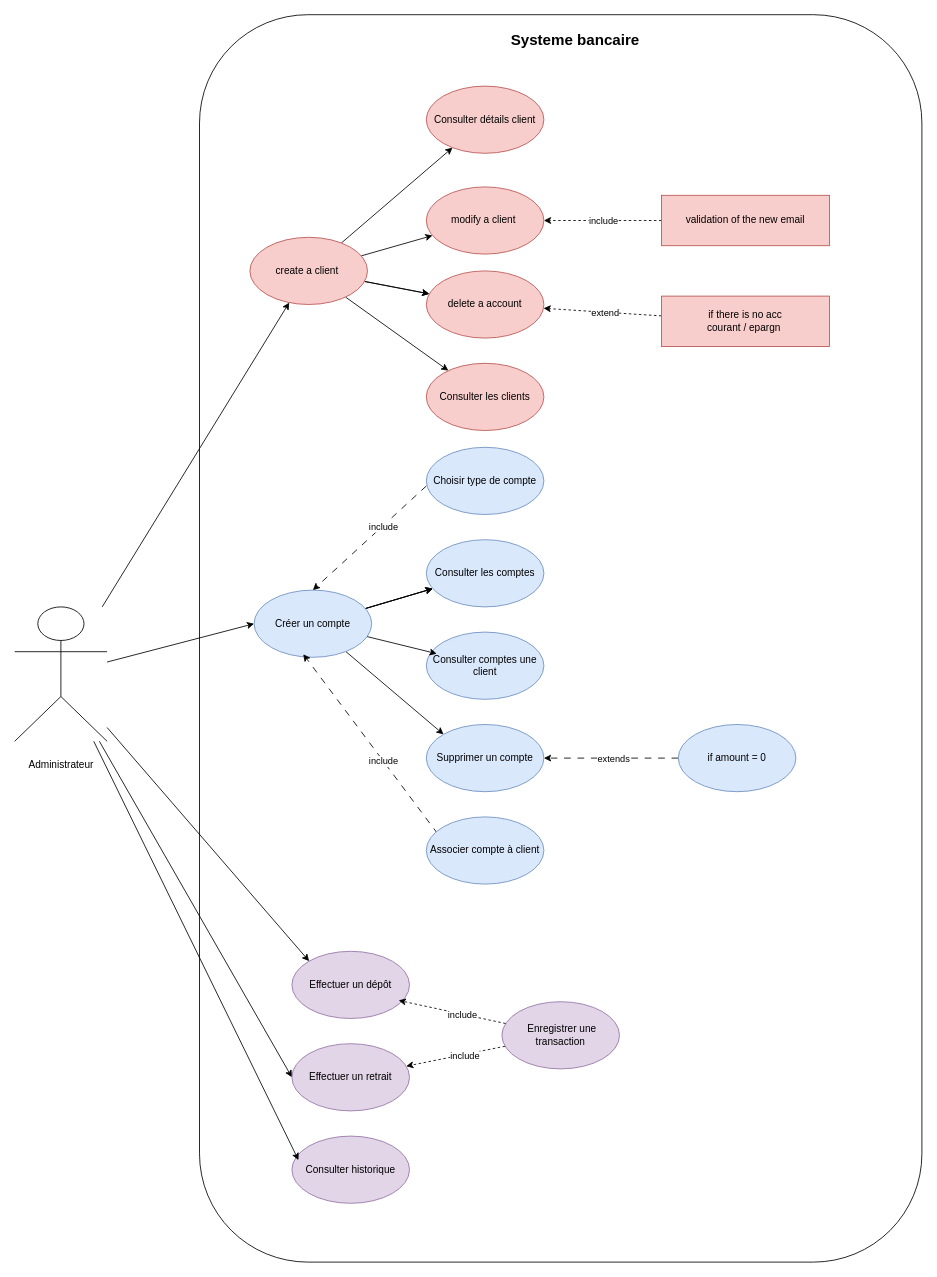
Before: diagramme/userCase.drawio in Mehdi-133/Application-Bancaire, a draw.io diagram. Source tidied: cells renumbered, new cells numbered last; positions are measured from the earlier drawing's top-left corner, leaving out a move shared by most shapes. Both pictures are drawn from the tidied source at 84%, with x=0, y=0 at pixel (14, 14).
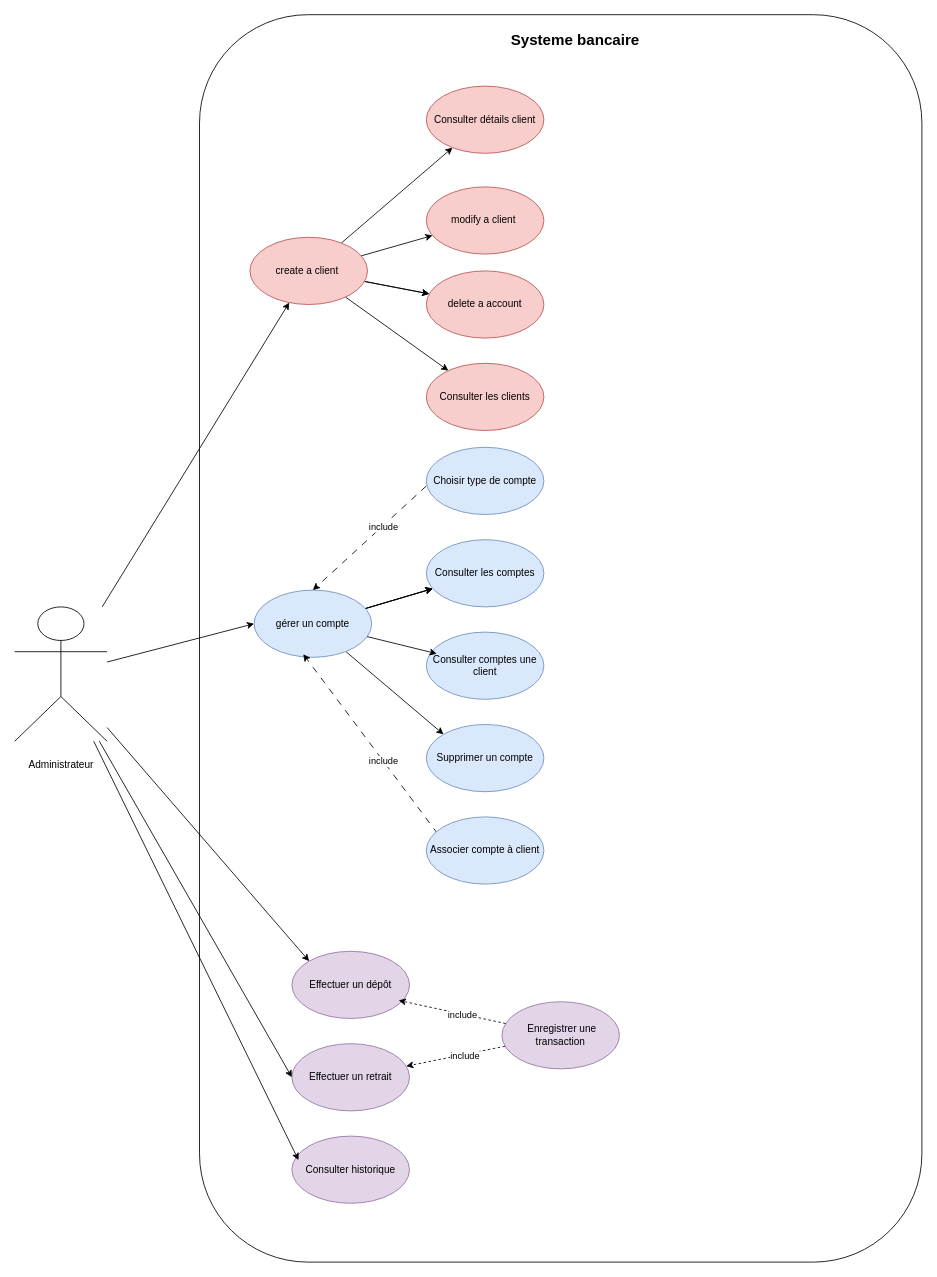
Above is the later version.

Commit message:
update : update diagramme  user cases

Unchanged cells that the change refers to:
```xml
<mxCell id="15" value="modify a client&amp;nbsp;" style="ellipse;whiteSpace=wrap;html=1;fillColor=#f8cecc;strokeColor=#b85450;" parent="1" vertex="1">
  <mxGeometry x="490" y="205" width="140" height="80" as="geometry" />
</mxCell>
<mxCell id="16" value="delete a account" style="ellipse;whiteSpace=wrap;html=1;fillColor=#f8cecc;strokeColor=#b85450;" parent="1" vertex="1">
  <mxGeometry x="490" y="305" width="140" height="80" as="geometry" />
</mxCell>
<mxCell id="39" value="Supprimer un compte" style="ellipse;whiteSpace=wrap;html=1;fillColor=#dae8fc;strokeColor=#6c8ebf;" parent="1" vertex="1">
  <mxGeometry x="490" y="845" width="140" height="80" as="geometry" />
</mxCell>
```

The edit, as a diff of the source:
```diff
@@
-    <mxCell id="17" style="edgeStyle=none;html=1;entryX=1;entryY=0.5;entryDx=0;entryDy=0;dashed=1;" parent="1" edge="1" source="19" target="15">
-      <mxGeometry relative="1" as="geometry" />
-    </mxCell>
-    <mxCell id="18" value="include" style="edgeLabel;html=1;align=center;verticalAlign=middle;" parent="17" vertex="1">
-      <mxGeometry x="-0.14" y="1" relative="1" as="geometry">
-        <mxPoint x="-10" y="-1" as="offset" />
-      </mxGeometry>
-    </mxCell>
-    <mxCell id="19" value="validation of the new email" style="whiteSpace=wrap;html=1;fillColor=#f8cecc;strokeColor=#b85450;" parent="1" vertex="1">
-      <mxGeometry x="770" y="215" width="200" height="60" as="geometry" />
-    </mxCell>
-    <mxCell id="20" style="edgeStyle=none;html=1;dashed=1;" parent="1" edge="1" source="22" target="16">
-      <mxGeometry relative="1" as="geometry" />
-    </mxCell>
-    <mxCell id="21" value="extend" style="edgeLabel;html=1;align=center;verticalAlign=middle;" parent="20" vertex="1">
-      <mxGeometry x="-0.05" relative="1" as="geometry">
-        <mxPoint x="-1" as="offset" />
-      </mxGeometry>
-    </mxCell>
-    <mxCell id="22" value="if there is no acc&lt;div&gt;courant / epargn&amp;nbsp;&lt;/div&gt;" style="whiteSpace=wrap;html=1;fillColor=#f8cecc;strokeColor=#b85450;" parent="1" vertex="1">
-      <mxGeometry x="770" y="335" width="200" height="60" as="geometry" />
-    </mxCell>
@@
-    <mxCell id="29" value="Créer un compte" style="ellipse;whiteSpace=wrap;html=1;fillColor=#dae8fc;strokeColor=#6c8ebf;" parent="1" vertex="1">
+    <mxCell id="29" value="gérer un compte" style="ellipse;whiteSpace=wrap;html=1;fillColor=#dae8fc;strokeColor=#6c8ebf;" parent="1" vertex="1">
       <mxGeometry x="285" y="685" width="140" height="80" as="geometry" />
     </mxCell>
@@
-    <mxCell id="40" style="edgeStyle=none;html=1;entryX=1;entryY=0.5;entryDx=0;entryDy=0;dashed=1;dashPattern=8 8;" parent="1" edge="1" source="42" target="39">
-      <mxGeometry relative="1" as="geometry" />
-    </mxCell>
-    <mxCell id="41" value="extends" style="edgeLabel;html=1;align=center;verticalAlign=middle;" parent="40" vertex="1">
-      <mxGeometry x="-0.02" y="-3" relative="1" as="geometry">
-        <mxPoint y="3" as="offset" />
-      </mxGeometry>
-    </mxCell>
-    <mxCell id="42" value="if amount = 0" style="ellipse;whiteSpace=wrap;html=1;fillColor=#dae8fc;strokeColor=#6c8ebf;" parent="1" vertex="1">
-      <mxGeometry x="790" y="845" width="140" height="80" as="geometry" />
-    </mxCell>
```
